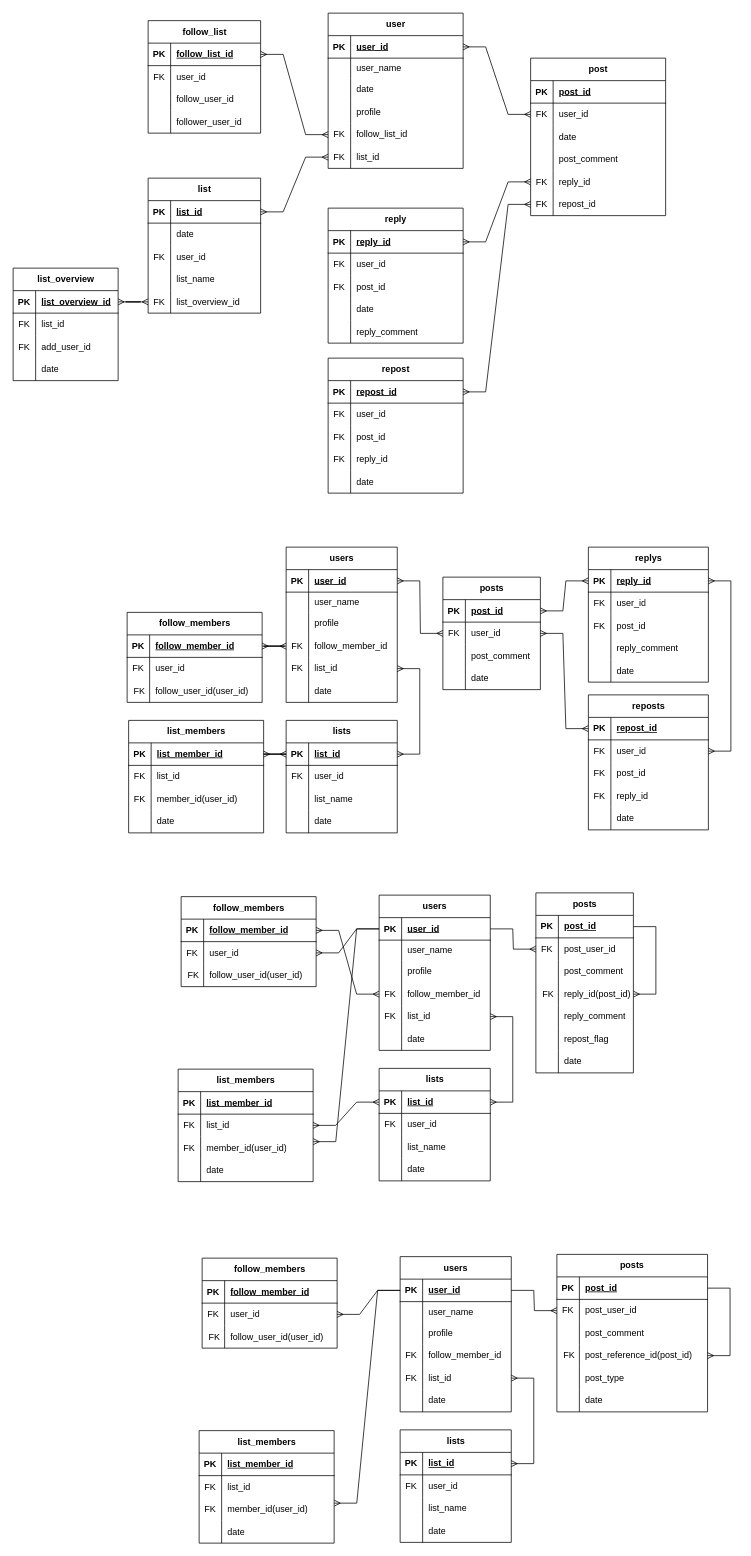
This is X.drawio from namacosansan/ER, a draw.io file, before an edit. Source tidied: cells renumbered, new cells numbered last; positions are measured from the earlier drawing's top-left corner, leaving out a move shared by most shapes. Both pictures are drawn from the tidied source at 75%, with x=0, y=0 at pixel (13, 13).
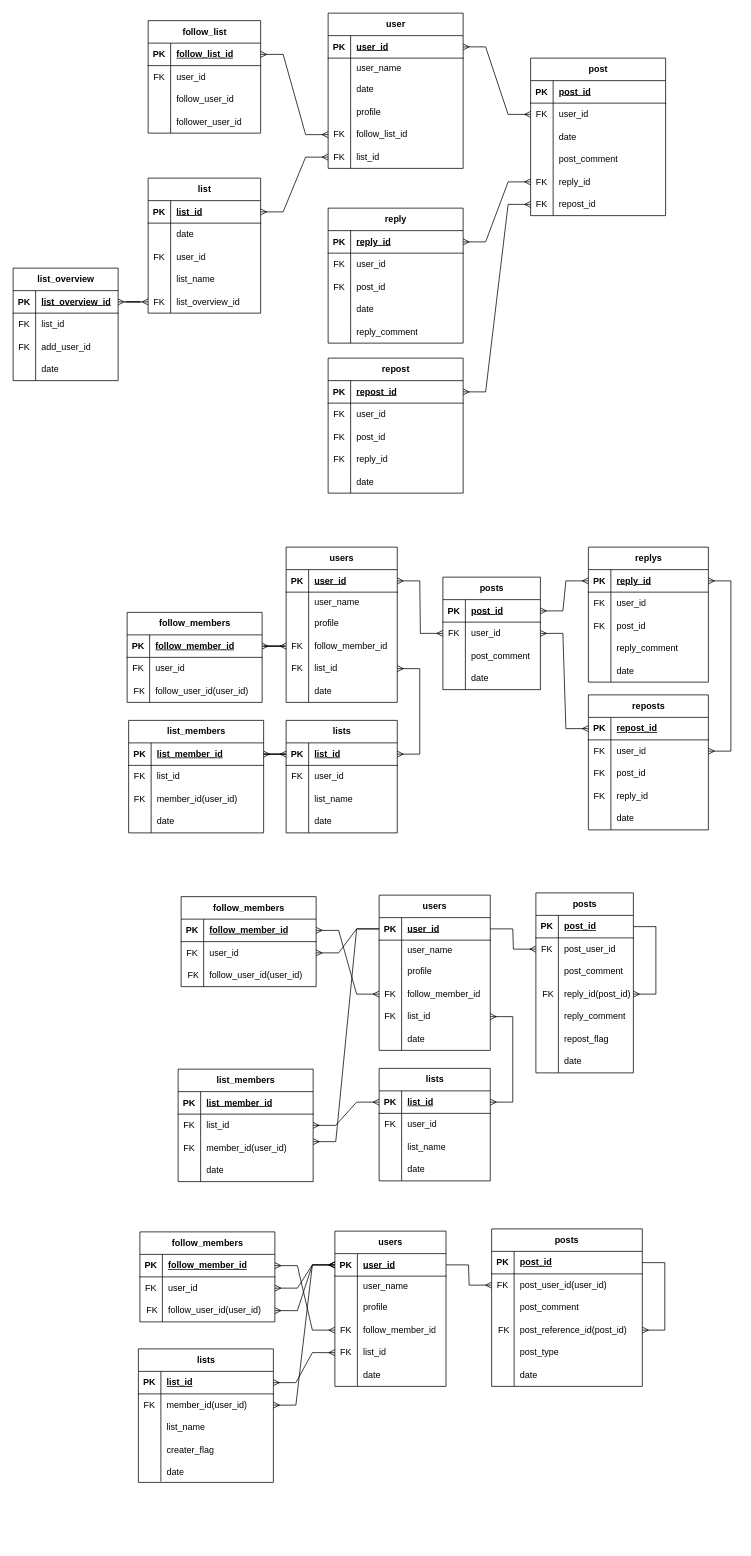
The same diagram, later.

Commit message:
X.drawio を更新します

Unchanged cells that the change refers to:
```xml
<mxCell id="314" style="shape=tableRow;horizontal=0;startSize=0;swimlaneHead=0;swimlaneBody=0;fillColor=none;points=[[0,0.5],[1,0.5]];portConstraint=eastwest;top=0;left=0;right=0;bottom=1;" parent="313" vertex="1">
  <mxGeometry y="30" width="148.2" height="30" as="geometry" />
</mxCell>
<mxCell id="323" style="shape=tableRow;horizontal=0;startSize=0;swimlaneHead=0;swimlaneBody=0;fillColor=none;points=[[0,0.5],[1,0.5]];portConstraint=eastwest;top=0;left=0;right=0;bottom=0;" parent="313" vertex="1">
  <mxGeometry y="117" width="148.2" height="30" as="geometry" />
</mxCell>
<mxCell id="326" style="shape=tableRow;horizontal=0;startSize=0;swimlaneHead=0;swimlaneBody=0;fillColor=none;points=[[0,0.5],[1,0.5]];portConstraint=eastwest;top=0;left=0;right=0;bottom=0;" parent="313" vertex="1">
  <mxGeometry y="147" width="148.2" height="30" as="geometry" />
</mxCell>
<mxCell id="333" style="shape=tableRow;horizontal=0;startSize=0;swimlaneHead=0;swimlaneBody=0;fillColor=none;points=[[0,0.5],[1,0.5]];portConstraint=eastwest;top=0;left=0;right=0;bottom=1;" parent="332" vertex="1">
  <mxGeometry y="30" width="180" height="30" as="geometry" />
</mxCell>
<mxCell id="336" style="shape=tableRow;horizontal=0;startSize=0;swimlaneHead=0;swimlaneBody=0;fillColor=none;points=[[0,0.5],[1,0.5]];portConstraint=eastwest;top=0;left=0;right=0;bottom=0;" parent="332" vertex="1">
  <mxGeometry y="60" width="180" height="30" as="geometry" />
</mxCell>
<mxCell id="339" style="shape=tableRow;horizontal=0;startSize=0;swimlaneHead=0;swimlaneBody=0;fillColor=none;points=[[0,0.5],[1,0.5]];portConstraint=eastwest;top=0;left=0;right=0;bottom=0;" parent="332" vertex="1">
  <mxGeometry y="90" width="180" height="30" as="geometry" />
</mxCell>
<mxCell id="347" style="shape=tableRow;horizontal=0;startSize=0;swimlaneHead=0;swimlaneBody=0;fillColor=none;points=[[0,0.5],[1,0.5]];portConstraint=eastwest;top=0;left=0;right=0;bottom=1;" parent="346" vertex="1">
  <mxGeometry y="30" width="180" height="30" as="geometry" />
</mxCell>
<mxCell id="350" style="shape=tableRow;horizontal=0;startSize=0;swimlaneHead=0;swimlaneBody=0;fillColor=none;points=[[0,0.5],[1,0.5]];portConstraint=eastwest;top=0;left=0;right=0;bottom=0;" parent="346" vertex="1">
  <mxGeometry y="60" width="180" height="30" as="geometry" />
</mxCell>
<mxCell id="353" style="shape=tableRow;horizontal=0;startSize=0;swimlaneHead=0;swimlaneBody=0;fillColor=none;points=[[0,0.5],[1,0.5]];portConstraint=eastwest;top=0;left=0;right=0;bottom=0;" parent="346" vertex="1">
  <mxGeometry y="90" width="180" height="30" as="geometry" />
</mxCell>
<mxCell id="360" style="shape=tableRow;horizontal=0;startSize=0;swimlaneHead=0;swimlaneBody=0;fillColor=none;points=[[0,0.5],[1,0.5]];portConstraint=eastwest;top=0;left=0;right=0;bottom=0;" parent="356" vertex="1">
  <mxGeometry y="60" width="200.9" height="30" as="geometry" />
</mxCell>
```

What changed in the source:
```diff
@@
     <mxCell id="313" value="users" style="shape=table;startSize=30;childLayout=tableLayout;rowLines=0;fontStyle=1;align=center;html=1;" parent="1" vertex="1">
-      <mxGeometry x="516" y="1658" width="148.2" height="207" as="geometry" />
+      <mxGeometry x="429" y="1624" width="148.2" height="207" as="geometry" />
     </mxCell>
@@
-    <mxCell id="332" value="list_members" style="shape=table;startSize=30;childLayout=tableLayout;rowLines=0;fontStyle=1;align=center;html=1;" parent="1" vertex="1">
-      <mxGeometry x="248" y="1890" width="180" height="150" as="geometry" />
+    <mxCell id="332" value="lists" style="shape=table;startSize=30;childLayout=tableLayout;rowLines=0;fontStyle=1;align=center;html=1;" parent="1" vertex="1">
+      <mxGeometry x="167" y="1781" width="180" height="178" as="geometry" />
     </mxCell>
@@
-    <mxCell id="335" value="list_member_id" style="shape=partialRectangle;fillColor=none;top=0;left=0;bottom=0;right=0;align=left;spacingLeft=6;fontStyle=5;overflow=hidden;whiteSpace=wrap;html=1;" parent="333" vertex="1">
+    <mxCell id="335" value="list&lt;span style=&quot;background-color: transparent; color: light-dark(rgb(0, 0, 0), rgb(255, 255, 255));&quot;&gt;_id&lt;/span&gt;" style="shape=partialRectangle;fillColor=none;top=0;left=0;bottom=0;right=0;align=left;spacingLeft=6;fontStyle=5;overflow=hidden;whiteSpace=wrap;html=1;" parent="333" vertex="1">
       <mxGeometry x="30" width="150" height="30" as="geometry" />
     </mxCell>
@@
-    <mxCell id="338" value="list_id" style="shape=partialRectangle;fillColor=none;top=0;left=0;bottom=0;right=0;align=left;spacingLeft=6;overflow=hidden;whiteSpace=wrap;html=1;" parent="336" vertex="1">
+    <mxCell id="338" value="member_id(user_id)" style="shape=partialRectangle;fillColor=none;top=0;left=0;bottom=0;right=0;align=left;spacingLeft=6;overflow=hidden;whiteSpace=wrap;html=1;" parent="336" vertex="1">
       <mxGeometry x="30" width="150" height="30" as="geometry" />
     </mxCell>
@@
-    <mxCell id="340" value="&lt;div&gt;FK&lt;/div&gt;" style="shape=partialRectangle;fillColor=none;top=0;left=0;bottom=0;right=0;overflow=hidden;whiteSpace=wrap;html=1;" parent="339" vertex="1">
-      <mxGeometry width="30" height="30" as="geometry" />
-    </mxCell>
-    <mxCell id="341" value="member_id(user_id)" style="shape=partialRectangle;fillColor=none;top=0;left=0;bottom=0;right=0;align=left;spacingLeft=6;overflow=hidden;whiteSpace=wrap;html=1;" parent="339" vertex="1">
-      <mxGeometry x="30" width="150" height="30" as="geometry" />
-    </mxCell>
+    <mxCell id="393" style="shape=partialRectangle;fillColor=none;top=0;left=0;bottom=0;right=0;overflow=hidden;whiteSpace=wrap;html=1;" parent="339" vertex="1">
+      <mxGeometry width="30" height="30" as="geometry" />
+    </mxCell>
+    <mxCell id="386" value="list_name" style="shape=partialRectangle;fillColor=none;top=0;left=0;bottom=0;right=0;align=left;spacingLeft=6;overflow=hidden;whiteSpace=wrap;html=1;" parent="339" vertex="1">
+      <mxGeometry x="30" width="150" height="30" as="geometry" />
+    </mxCell>
+    <mxCell id="394" style="shape=tableRow;horizontal=0;startSize=0;swimlaneHead=0;swimlaneBody=0;fillColor=none;top=0;left=0;right=0;bottom=0;" parent="332" vertex="1">
+      <mxGeometry y="120" width="180" height="30" as="geometry" />
+    </mxCell>
+    <mxCell id="395" style="shape=partialRectangle;fillColor=none;top=0;left=0;bottom=0;right=0;overflow=hidden;whiteSpace=wrap;html=1;" parent="394" vertex="1">
+      <mxGeometry width="30" height="30" as="geometry" />
+    </mxCell>
+    <mxCell id="396" value="creater_flag" style="shape=partialRectangle;fillColor=none;top=0;left=0;bottom=0;right=0;align=left;spacingLeft=6;overflow=hidden;whiteSpace=wrap;html=1;" parent="394" vertex="1">
+      <mxGeometry x="30" width="150" height="30" as="geometry" />
+    </mxCell>
     <mxCell id="342" style="shape=tableRow;horizontal=0;startSize=0;swimlaneHead=0;swimlaneBody=0;fillColor=none;top=0;left=0;right=0;bottom=0;" parent="332" vertex="1">
-      <mxGeometry y="120" width="180" height="30" as="geometry" />
+      <mxGeometry y="150" width="180" height="27" as="geometry" />
     </mxCell>
     <mxCell id="343" style="shape=partialRectangle;fillColor=none;top=0;left=0;bottom=0;right=0;overflow=hidden;whiteSpace=wrap;html=1;" parent="342" vertex="1">
-      <mxGeometry width="30" height="30" as="geometry" />
+      <mxGeometry width="30" height="27" as="geometry" />
     </mxCell>
     <mxCell id="344" value="date" style="shape=partialRectangle;fillColor=none;top=0;left=0;bottom=0;right=0;align=left;spacingLeft=6;overflow=hidden;whiteSpace=wrap;html=1;" parent="342" vertex="1">
-      <mxGeometry x="30" width="150" height="30" as="geometry" />
+      <mxGeometry x="30" width="150" height="27" as="geometry" />
     </mxCell>
@@
     <mxCell id="346" value="follow_members" style="shape=table;startSize=30;childLayout=tableLayout;rowLines=0;fontStyle=1;align=center;html=1;" parent="1" vertex="1">
-      <mxGeometry x="252" y="1660" width="180" height="120" as="geometry" />
+      <mxGeometry x="169" y="1625" width="180" height="120" as="geometry" />
     </mxCell>
@@
     <mxCell id="356" value="posts" style="shape=table;startSize=30;childLayout=tableLayout;rowLines=0;fontStyle=1;align=center;html=1;" parent="1" vertex="1">
-      <mxGeometry x="725" y="1655" width="200.9" height="210" as="geometry" />
+      <mxGeometry x="638" y="1621" width="200.9" height="210" as="geometry" />
     </mxCell>
@@
-    <mxCell id="362" value="post_user_id" style="shape=partialRectangle;fillColor=none;top=0;left=0;bottom=0;right=0;align=left;spacingLeft=6;overflow=hidden;whiteSpace=wrap;html=1;" parent="360" vertex="1">
+    <mxCell id="362" value="post_user_id(user_id)" style="shape=partialRectangle;fillColor=none;top=0;left=0;bottom=0;right=0;align=left;spacingLeft=6;overflow=hidden;whiteSpace=wrap;html=1;" parent="360" vertex="1">
       <mxGeometry x="30" width="170.9" height="30" as="geometry" />
     </mxCell>
@@
-    <mxCell id="376" style="edgeStyle=entityRelationEdgeStyle;fontSize=12;html=1;endArrow=ERmany;startArrow=ERmany;rounded=0;exitX=1;exitY=0.5;exitDx=0;exitDy=0;entryX=1;entryY=0.5;entryDx=0;entryDy=0;" parent="1" edge="1" source="378" target="326">
-      <mxGeometry relative="1" as="geometry" />
-    </mxCell>
-    <mxCell id="377" value="lists" style="shape=table;startSize=30;childLayout=tableLayout;rowLines=0;fontStyle=1;align=center;html=1;" parent="1" vertex="1">
-      <mxGeometry x="516" y="1889" width="148.2" height="150" as="geometry" />
-    </mxCell>
-    <mxCell id="378" style="shape=tableRow;horizontal=0;startSize=0;swimlaneHead=0;swimlaneBody=0;fillColor=none;points=[[0,0.5],[1,0.5]];portConstraint=eastwest;top=0;left=0;right=0;bottom=1;" parent="377" vertex="1">
-      <mxGeometry y="30" width="148.2" height="30" as="geometry" />
-    </mxCell>
-    <mxCell id="379" value="PK" style="shape=partialRectangle;fillColor=none;top=0;left=0;bottom=0;right=0;fontStyle=1;overflow=hidden;whiteSpace=wrap;html=1;" parent="378" vertex="1">
-      <mxGeometry width="30" height="30" as="geometry" />
-    </mxCell>
-    <mxCell id="380" value="list_id" style="shape=partialRectangle;fillColor=none;top=0;left=0;bottom=0;right=0;align=left;spacingLeft=6;fontStyle=5;overflow=hidden;whiteSpace=wrap;html=1;" parent="378" vertex="1">
-      <mxGeometry x="30" width="118.2" height="30" as="geometry" />
-    </mxCell>
-    <mxCell id="381" style="shape=tableRow;horizontal=0;startSize=0;swimlaneHead=0;swimlaneBody=0;fillColor=none;top=0;left=0;right=0;bottom=0;" parent="377" vertex="1">
-      <mxGeometry y="60" width="148.2" height="30" as="geometry" />
-    </mxCell>
-    <mxCell id="382" value="FK" style="shape=partialRectangle;fillColor=none;top=0;left=0;bottom=0;right=0;overflow=hidden;whiteSpace=wrap;html=1;" parent="381" vertex="1">
-      <mxGeometry width="30" height="30" as="geometry" />
-    </mxCell>
-    <mxCell id="383" value="&lt;div&gt;&lt;span style=&quot;background-color: transparent; color: light-dark(rgb(0, 0, 0), rgb(255, 255, 255));&quot;&gt;user_id&lt;/span&gt;&lt;/div&gt;" style="shape=partialRectangle;fillColor=none;top=0;left=0;bottom=0;right=0;align=left;spacingLeft=6;overflow=hidden;whiteSpace=wrap;html=1;" parent="381" vertex="1">
-      <mxGeometry x="30" width="118.2" height="30" as="geometry" />
-    </mxCell>
-    <mxCell id="384" style="shape=tableRow;horizontal=0;startSize=0;swimlaneHead=0;swimlaneBody=0;fillColor=none;top=0;left=0;right=0;bottom=0;" parent="377" vertex="1">
-      <mxGeometry y="90" width="148.2" height="30" as="geometry" />
-    </mxCell>
-    <mxCell id="385" value="&lt;span style=&quot;white-space: pre;&quot;&gt;&#9;&lt;/span&gt;&lt;span style=&quot;white-space: pre;&quot;&gt;&#9;&lt;/span&gt;&lt;span style=&quot;white-space: pre;&quot;&gt;&#9;&lt;/span&gt;&lt;span style=&quot;white-space: pre;&quot;&gt;&#9;&lt;/span&gt;&lt;span style=&quot;white-space: pre;&quot;&gt;&#9;&lt;/span&gt;&lt;span style=&quot;white-space: pre;&quot;&gt;&#9;&lt;/span&gt;&lt;div&gt;&lt;br&gt;&lt;/div&gt;" style="shape=partialRectangle;fillColor=none;top=0;left=0;bottom=0;right=0;overflow=hidden;whiteSpace=wrap;html=1;" parent="384" vertex="1">
-      <mxGeometry width="30" height="30" as="geometry" />
-    </mxCell>
-    <mxCell id="386" value="&lt;div&gt;&lt;span style=&quot;background-color: transparent; color: light-dark(rgb(0, 0, 0), rgb(255, 255, 255));&quot;&gt;list_name&lt;/span&gt;&lt;/div&gt;" style="shape=partialRectangle;fillColor=none;top=0;left=0;bottom=0;right=0;align=left;spacingLeft=6;overflow=hidden;whiteSpace=wrap;html=1;" parent="384" vertex="1">
-      <mxGeometry x="30" width="118.2" height="30" as="geometry" />
-    </mxCell>
-    <mxCell id="387" style="shape=tableRow;horizontal=0;startSize=0;swimlaneHead=0;swimlaneBody=0;fillColor=none;top=0;left=0;right=0;bottom=0;" parent="377" vertex="1">
-      <mxGeometry y="120" width="148.2" height="30" as="geometry" />
-    </mxCell>
-    <mxCell id="388" style="shape=partialRectangle;fillColor=none;top=0;left=0;bottom=0;right=0;overflow=hidden;whiteSpace=wrap;html=1;" parent="387" vertex="1">
-      <mxGeometry width="30" height="30" as="geometry" />
-    </mxCell>
-    <mxCell id="389" value="date" style="shape=partialRectangle;fillColor=none;top=0;left=0;bottom=0;right=0;align=left;spacingLeft=6;overflow=hidden;whiteSpace=wrap;html=1;" parent="387" vertex="1">
-      <mxGeometry x="30" width="118.2" height="30" as="geometry" />
-    </mxCell>
@@
-    <mxCell id="391" style="edgeStyle=entityRelationEdgeStyle;fontSize=12;html=1;endArrow=ERmany;rounded=0;exitX=0;exitY=0.5;exitDx=0;exitDy=0;entryX=1.001;entryY=0.223;entryDx=0;entryDy=0;entryPerimeter=0;" parent="1" edge="1" source="314" target="339">
-      <mxGeometry relative="1" as="geometry" />
-    </mxCell>
-    <mxCell id="392" style="edgeStyle=entityRelationEdgeStyle;fontSize=12;html=1;endArrow=ERmany;rounded=0;exitX=0;exitY=0.5;exitDx=0;exitDy=0;entryX=1;entryY=0.5;entryDx=0;entryDy=0;" parent="1" edge="1" source="314" target="350">
+    <mxCell id="392" style="edgeStyle=entityRelationEdgeStyle;fontSize=12;html=1;endArrow=ERmany;startArrow=ERmany;rounded=0;exitX=0;exitY=0.5;exitDx=0;exitDy=0;entryX=1;entryY=0.5;entryDx=0;entryDy=0;" parent="1" edge="1" source="314" target="350">
       <mxGeometry relative="1" as="geometry" />
     </mxCell>
+    <mxCell id="397" style="edgeStyle=entityRelationEdgeStyle;fontSize=12;html=1;endArrow=ERmany;startArrow=ERmany;rounded=0;exitX=0;exitY=0.5;exitDx=0;exitDy=0;entryX=1;entryY=0.5;entryDx=0;entryDy=0;" parent="1" edge="1" source="314" target="353">
+      <mxGeometry relative="1" as="geometry" />
+    </mxCell>
+    <mxCell id="398" style="edgeStyle=entityRelationEdgeStyle;fontSize=12;html=1;endArrow=ERmany;startArrow=ERmany;rounded=0;exitX=0;exitY=0.5;exitDx=0;exitDy=0;entryX=1;entryY=0.5;entryDx=0;entryDy=0;" parent="1" edge="1" source="314" target="336">
+      <mxGeometry relative="1" as="geometry" />
+    </mxCell>
+    <mxCell id="399" style="edgeStyle=entityRelationEdgeStyle;fontSize=12;html=1;endArrow=ERmany;startArrow=ERmany;rounded=0;exitX=0;exitY=0.5;exitDx=0;exitDy=0;entryX=1;entryY=0.5;entryDx=0;entryDy=0;" parent="1" edge="1" source="323" target="347">
+      <mxGeometry relative="1" as="geometry" />
+    </mxCell>
+    <mxCell id="400" style="edgeStyle=entityRelationEdgeStyle;fontSize=12;html=1;endArrow=ERmany;startArrow=ERmany;rounded=0;entryX=1;entryY=0.5;entryDx=0;entryDy=0;exitX=0;exitY=0.5;exitDx=0;exitDy=0;" parent="1" edge="1" source="326" target="333">
+      <mxGeometry relative="1" as="geometry" />
+    </mxCell>
```
